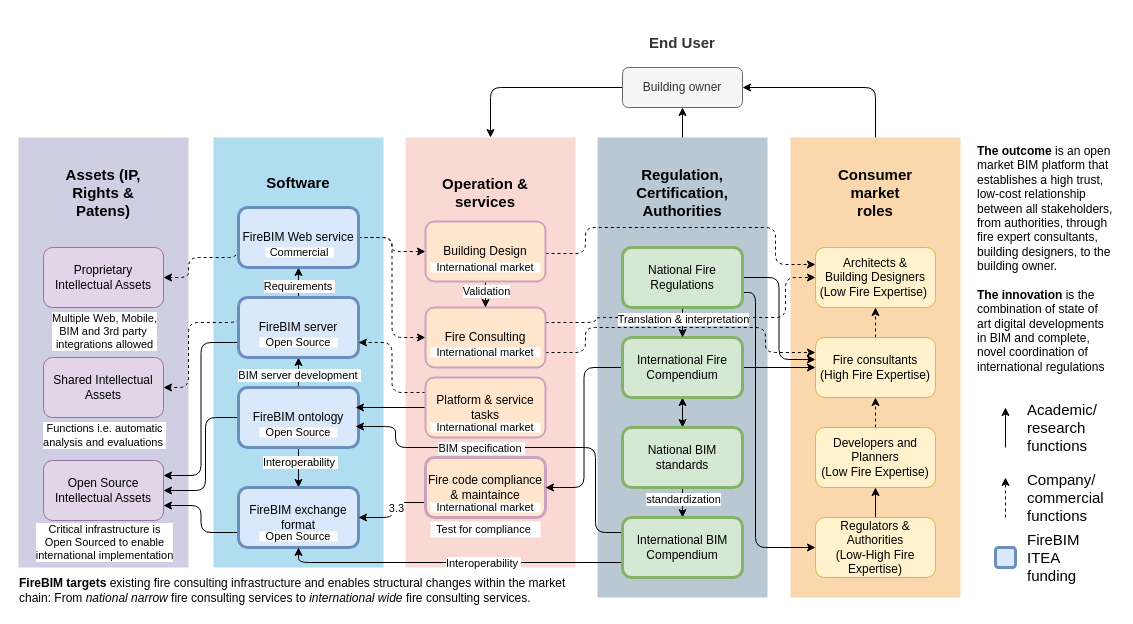
The draw.io diagram diagram/FireBIM Market Value Chain Lite.drawio in Kristoffernegendahl/fireBIM, before the edit. Source tidied: cells renumbered, new cells numbered last; positions are measured from the earlier drawing's top-left corner, leaving out a move shared by most shapes. Both pictures are drawn from the tidied source at 100%, with x=0, y=0 at pixel (17, 17).
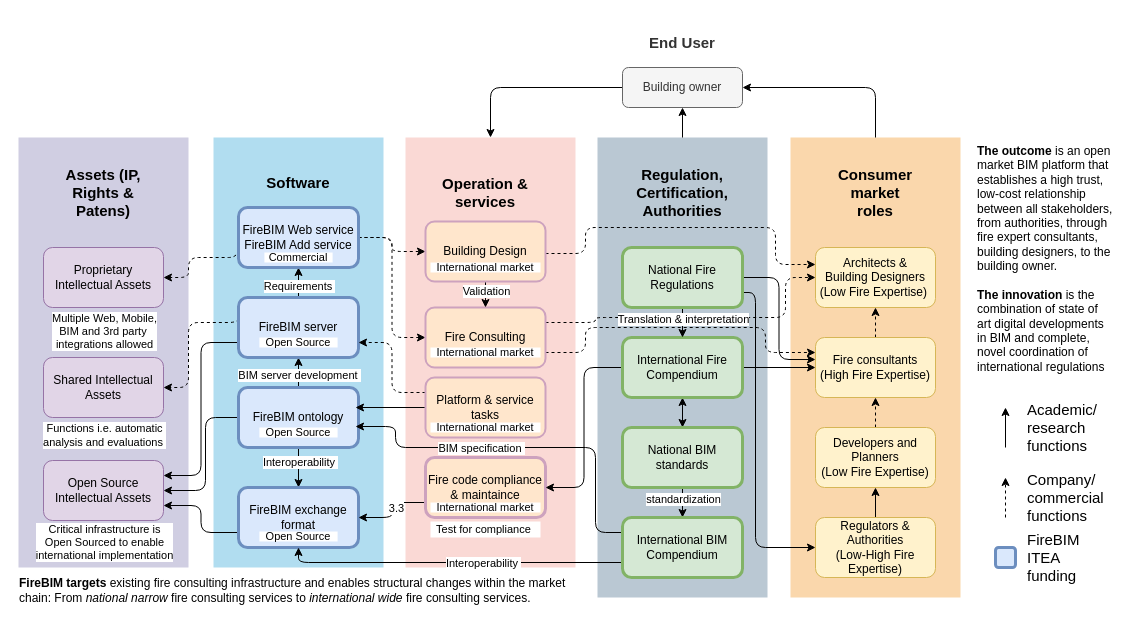
Above is the later version.

Commit message:
Update FireBIM to include Add Market Value Chain Lite.drawio

Change to the diagram source:
```diff
@@
-    <mxCell id="24" value="FireBIM Web service" style="rounded=1;whiteSpace=wrap;html=1;fillColor=#dae8fc;strokeColor=#6c8ebf;strokeWidth=3;" parent="1" vertex="1">
+    <mxCell id="24" value="FireBIM Web service&lt;br&gt;FireBIM Add service&lt;br&gt;" style="rounded=1;whiteSpace=wrap;html=1;fillColor=#dae8fc;strokeColor=#6c8ebf;strokeWidth=3;" parent="1" vertex="1">
       <mxGeometry x="221" y="190" width="120" height="60" as="geometry" />
     </mxCell>
@@
     <mxCell id="77" value="&lt;span&gt;&lt;font style=&quot;font-size: 11px&quot;&gt;Commercial&lt;/font&gt;&lt;/span&gt;" style="rounded=0;whiteSpace=wrap;html=1;strokeColor=none;verticalAlign=middle;arcSize=10;fillColor=default;shadow=0;" parent="1" vertex="1">
-      <mxGeometry x="248" y="230" width="68.2" height="10" as="geometry" />
+      <mxGeometry x="246.9" y="235" width="68.2" height="10" as="geometry" />
     </mxCell>
```
